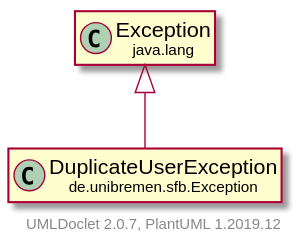
fkehlenb/softwareprojekt-2 keeps this PlantUML diagram as doc/UML/modulsichtSVG/DuplicateUserException.svg. Above is the earlier version. Source of this version:
```plantuml
@startuml
    set namespaceSeparator none
    hide empty fields
    hide empty methods

    class "<size:14>DuplicateUserException\n<size:10>de.unibremen.sfb.Exception" as de.unibremen.sfb.Exception.DuplicateUserException [[DuplicateUserException.html]]

    class "<size:14>Exception\n<size:10>java.lang" as java.lang.Exception [[https://docs.oracle.com/en/java/javase/11/docs/api/java.base/java/lang/Exception.html?is-external=true]]

    java.lang.Exception <|-- de.unibremen.sfb.Exception.DuplicateUserException

    center footer UMLDoclet 2.0.7, PlantUML 1.2019.12
@enduml
```
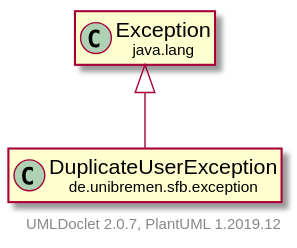
After the change.

Change to the diagram source:
```diff
@@ -3,11 +3,11 @@
     hide empty fields
     hide empty methods
 
-    class "<size:14>DuplicateUserException\n<size:10>de.unibremen.sfb.Exception" as de.unibremen.sfb.Exception.DuplicateUserException [[DuplicateUserException.html]]
+    class "<size:14>DuplicateUserException\n<size:10>de.unibremen.sfb.exception" as de.unibremen.sfb.exception.DuplicateUserException [[DuplicateUserException.html]]
 
-    class "<size:14>Exception\n<size:10>java.lang" as java.lang.Exception [[https://docs.oracle.com/en/java/javase/11/docs/api/java.base/java/lang/Exception.html?is-external=true]]
+    class "<size:14>exception\n<size:10>java.lang" as java.lang.exception [[https://docs.oracle.com/en/java/javase/11/docs/api/java.base/java/lang/Exception.html?is-external=true]]
 
-    java.lang.Exception <|-- de.unibremen.sfb.Exception.DuplicateUserException
+    java.lang.exception <|-- de.unibremen.sfb.exception.DuplicateUserException
 
     center footer UMLDoclet 2.0.7, PlantUML 1.2019.12
 @enduml
```
